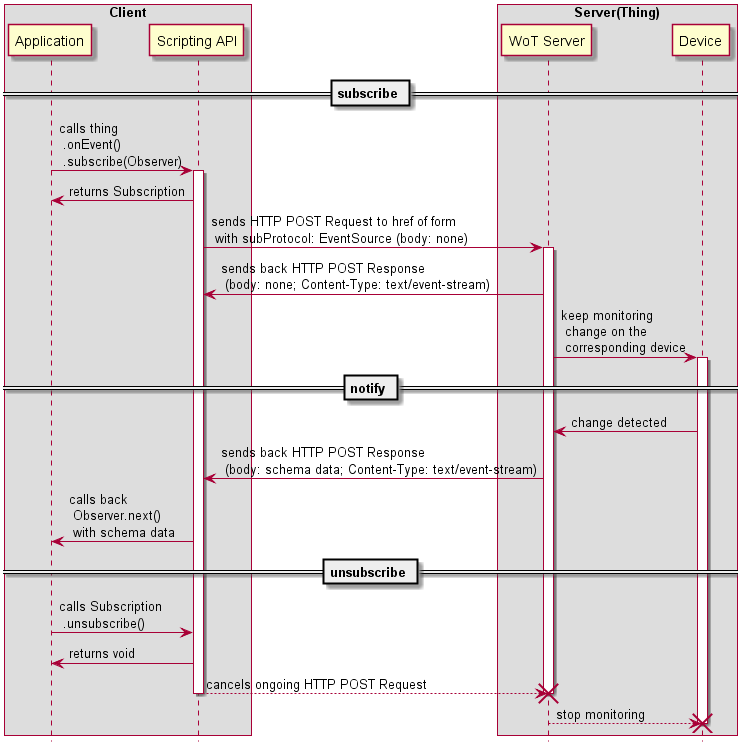
w3c/wot-architecture keeps this PlantUML diagram as images/message-flows/A_3_1b_eventSSE.png. Above is the earlier version. The source it was exported from:
```plantuml
@startuml
hide footbox

box "Client"
participant "Application" as AP
participant "Scripting API" as SA
end box

box "Server(Thing)"
participant "WoT Server" as WS
participant "Device" as DC
end box

== subscribe ==

AP  -> SA: calls thing \n .onEvent() \n .subscribe(Observer)
activate SA
SA  -> AP: returns Subscription
SA  -> WS: sends HTTP POST Request to href of form \n with subProtocol: EventSource (body: none)
activate WS
WS  -> SA: sends back HTTP POST Response \n (body: none; Content-Type: text/event-stream)
WS  -> DC: keep monitoring  \n change on the \n corresponding device
activate DC

== notify ==

DC  -> WS: change detected
WS  -> SA: sends back HTTP POST Response \n (body: schema data; Content-Type: text/event-stream)
SA  -> AP: calls back \n Observer.next() \n with schema data

== unsubscribe ==

AP  -> SA: calls Subscription \n .unsubscribe()
SA  -> AP: returns void
SA --> WS: cancels ongoing HTTP POST Request
deactivate SA
destroy WS
WS --> DC: stop monitoring
destroy DC
@enduml
```
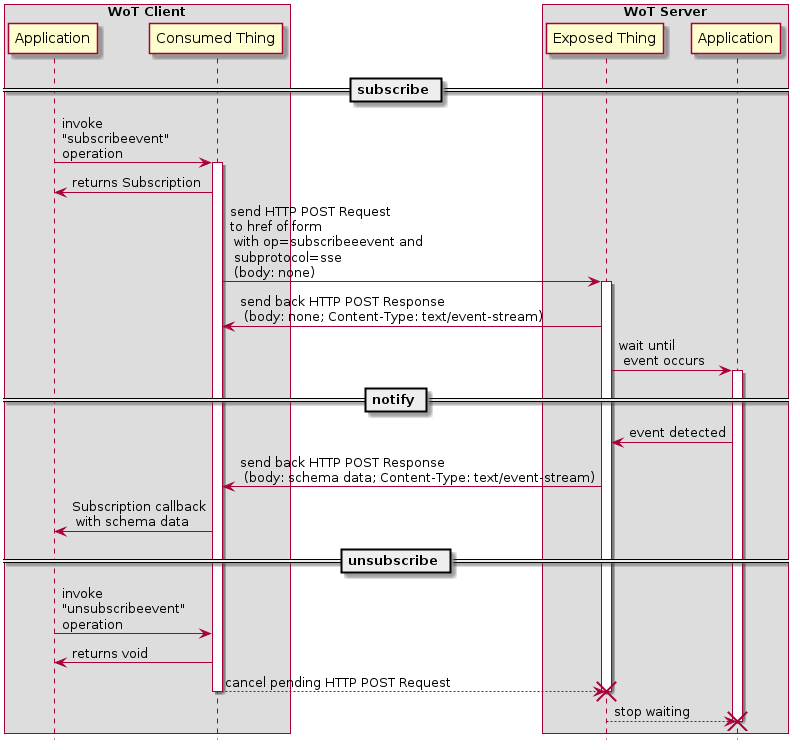
Above is the later version.

What changed in the source:
```diff
@@ -1,40 +1,40 @@
 @startuml
 hide footbox
 
-box "Client"
+box "WoT Client"
 participant "Application" as AP
-participant "Scripting API" as SA
+participant "Consumed Thing" as SA
 end box
 
-box "Server(Thing)"
-participant "WoT Server" as WS
-participant "Device" as DC
+box "WoT Server"
+participant "Exposed Thing" as WS
+participant "Application" as DC
 end box
 
 == subscribe ==
 
-AP  -> SA: calls thing \n .onEvent() \n .subscribe(Observer)
+AP  -> SA: invoke\n"subscribeevent"\noperation
 activate SA
 SA  -> AP: returns Subscription
-SA  -> WS: sends HTTP POST Request to href of form \n with subProtocol: EventSource (body: none)
+SA  -> WS: send HTTP POST Request\nto href of form\n with op=subscribeeevent and\n subprotocol=sse\n (body: none)
 activate WS
-WS  -> SA: sends back HTTP POST Response \n (body: none; Content-Type: text/event-stream)
-WS  -> DC: keep monitoring  \n change on the \n corresponding device
+WS  -> SA: send back HTTP POST Response\n (body: none; Content-Type: text/event-stream)
+WS  -> DC: wait until\n event occurs
 activate DC
 
 == notify ==
 
-DC  -> WS: change detected
-WS  -> SA: sends back HTTP POST Response \n (body: schema data; Content-Type: text/event-stream)
-SA  -> AP: calls back \n Observer.next() \n with schema data
+DC  -> WS: event detected
+WS  -> SA: send back HTTP POST Response\n (body: schema data; Content-Type: text/event-stream)
+SA  -> AP: Subscription callback\n with schema data
 
 == unsubscribe ==
 
-AP  -> SA: calls Subscription \n .unsubscribe()
+AP  -> SA: invoke\n"unsubscribeevent"\noperation
 SA  -> AP: returns void
-SA --> WS: cancels ongoing HTTP POST Request
+SA --> WS: cancel pending HTTP POST Request
 deactivate SA
 destroy WS
-WS --> DC: stop monitoring
+WS --> DC: stop waiting
 destroy DC
 @enduml
```
